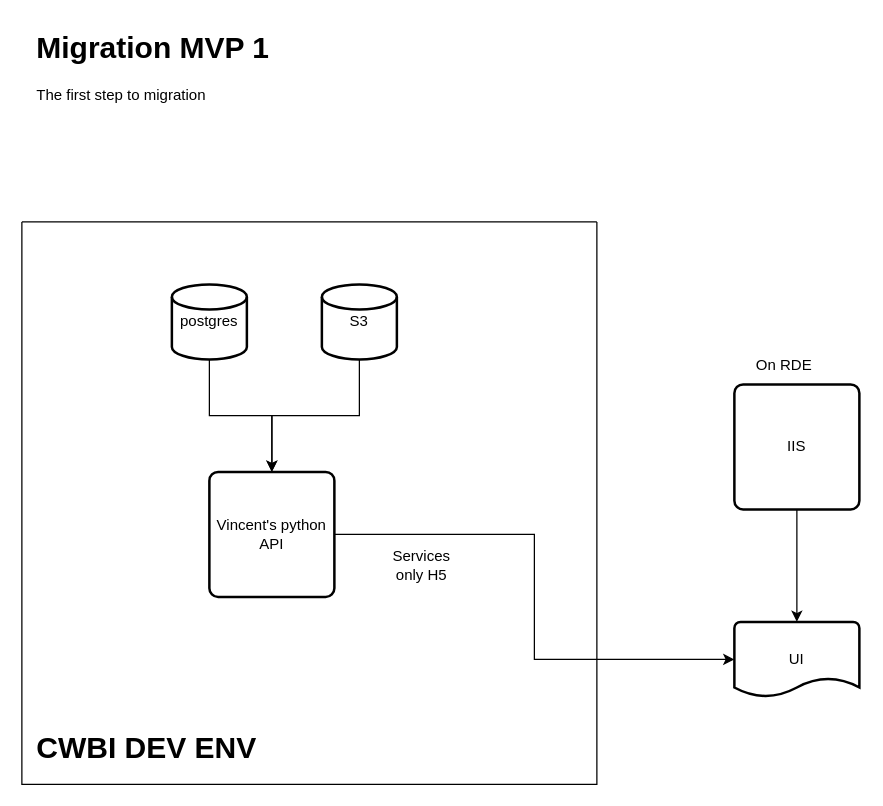
This is CHS-CWBI.drawio from USACE/chart-docs, a draw.io file, before an edit. Source tidied: cells renumbered, new cells numbered last; positions are measured from the earlier drawing's top-left corner, leaving out a move shared by most shapes. Both pictures are drawn from the tidied source at 125%, with x=0, y=0 at pixel (21, 21).
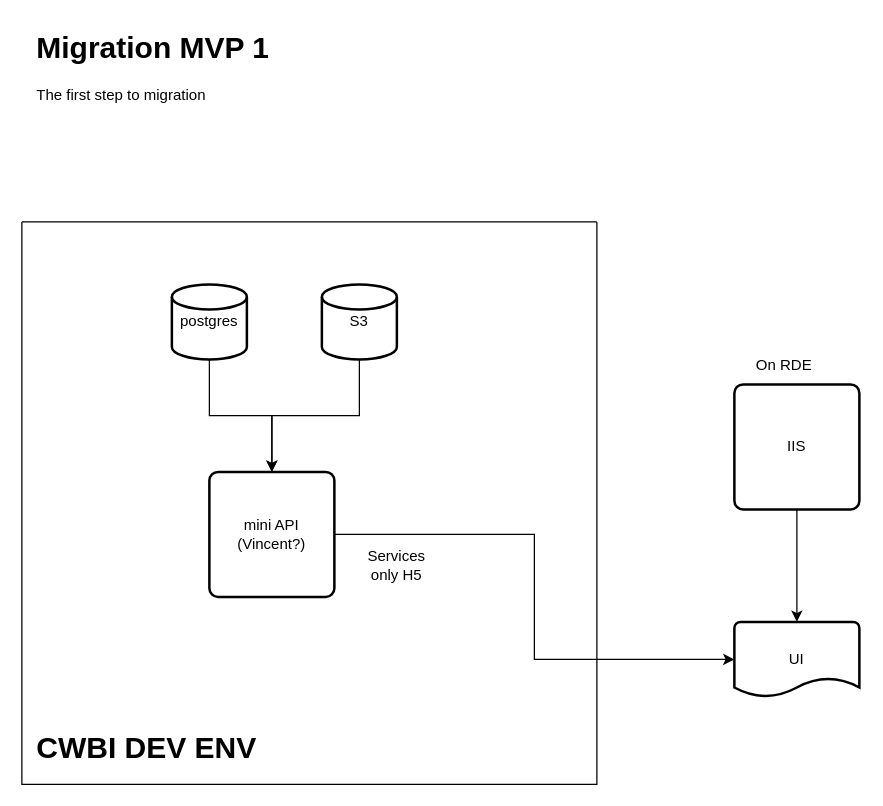
The same page after the edit.

Diff of the diagram source:
```diff
@@
 <mxGraphModel>
   <root>
     <mxCell id="0" />
     <mxCell id="1" parent="0" />
     <mxCell id="2" style="swimlane;startSize=0;" parent="1" vertex="1">
       <mxGeometry y="160" width="460" height="450" as="geometry" />
     </mxCell>
-    <mxCell id="3" value="Vincent's python API" style="rounded=1;whiteSpace=wrap;html=1;absoluteArcSize=1;arcSize=14;strokeWidth=2;" parent="2" vertex="1">
+    <mxCell id="3" value="mini API (Vincent?)" style="rounded=1;whiteSpace=wrap;html=1;absoluteArcSize=1;arcSize=14;strokeWidth=2;" parent="2" vertex="1">
       <mxGeometry x="150" y="200" width="100" height="100" as="geometry" />
     </mxCell>
     <mxCell id="4" style="edgeStyle=orthogonalEdgeStyle;rounded=0;jettySize=auto;html=1;" parent="2" edge="1" source="5" target="3">
       <mxGeometry relative="1" as="geometry" />
     </mxCell>
     <mxCell id="5" value="postgres" style="strokeWidth=2;html=1;shape=mxgraph.flowchart.database;whiteSpace=wrap;" parent="2" vertex="1">
       <mxGeometry x="120" y="50" width="60" height="60" as="geometry" />
     </mxCell>
     <mxCell id="6" style="edgeStyle=orthogonalEdgeStyle;rounded=0;jettySize=auto;html=1;" parent="2" edge="1" source="7" target="3">
       <mxGeometry relative="1" as="geometry" />
     </mxCell>
     <mxCell id="7" value="S3" style="strokeWidth=2;html=1;shape=mxgraph.flowchart.database;whiteSpace=wrap;" parent="2" vertex="1">
       <mxGeometry x="240" y="50" width="60" height="60" as="geometry" />
     </mxCell>
     <mxCell id="8" value="&lt;h1 style=&quot;margin-top: 0px;&quot;&gt;CWBI DEV ENV&lt;/h1&gt;&lt;p&gt;&lt;br&gt;&lt;/p&gt;" style="text;html=1;whiteSpace=wrap;overflow=hidden;rounded=0;" parent="2" vertex="1">
       <mxGeometry x="10" y="400" width="180" height="40" as="geometry" />
     </mxCell>
     <mxCell id="9" value="Services only H5" style="text;html=1;align=center;verticalAlign=middle;whiteSpace=wrap;rounded=0;" parent="2" vertex="1">
-      <mxGeometry x="290" y="260" width="60" height="30" as="geometry" />
+      <mxGeometry x="270" y="260" width="60" height="30" as="geometry" />
     </mxCell>
     <mxCell id="10" style="edgeStyle=orthogonalEdgeStyle;rounded=0;jettySize=auto;html=1;" parent="1" edge="1" source="11" target="12">
       <mxGeometry relative="1" as="geometry" />
     </mxCell>
     <mxCell id="11" value="IIS" style="rounded=1;whiteSpace=wrap;html=1;absoluteArcSize=1;arcSize=14;strokeWidth=2;" parent="1" vertex="1">
       <mxGeometry x="570" y="290" width="100" height="100" as="geometry" />
     </mxCell>
     <mxCell id="12" value="UI" style="strokeWidth=2;html=1;shape=mxgraph.flowchart.document2;whiteSpace=wrap;size=0.25;" parent="1" vertex="1">
       <mxGeometry x="570" y="480" width="100" height="60" as="geometry" />
     </mxCell>
     <mxCell id="13" style="edgeStyle=orthogonalEdgeStyle;rounded=0;jettySize=auto;html=1;entryX=0;entryY=0.5;entryDx=0;entryDy=0;entryPerimeter=0;" parent="1" edge="1" source="3" target="12">
       <mxGeometry relative="1" as="geometry" />
     </mxCell>
     <mxCell id="14" value="On RDE" style="text;html=1;align=center;verticalAlign=middle;whiteSpace=wrap;rounded=0;" parent="1" vertex="1">
       <mxGeometry x="580" y="260" width="60" height="30" as="geometry" />
     </mxCell>
     <mxCell id="15" value="&lt;h1 style=&quot;margin-top: 0px;&quot;&gt;Migration MVP 1&lt;/h1&gt;&lt;p&gt;The first step to migration&lt;/p&gt;" style="text;html=1;whiteSpace=wrap;overflow=hidden;rounded=0;" parent="1" vertex="1">
       <mxGeometry x="10" width="210" height="120" as="geometry" />
     </mxCell>
   </root>
 </mxGraphModel>
```
